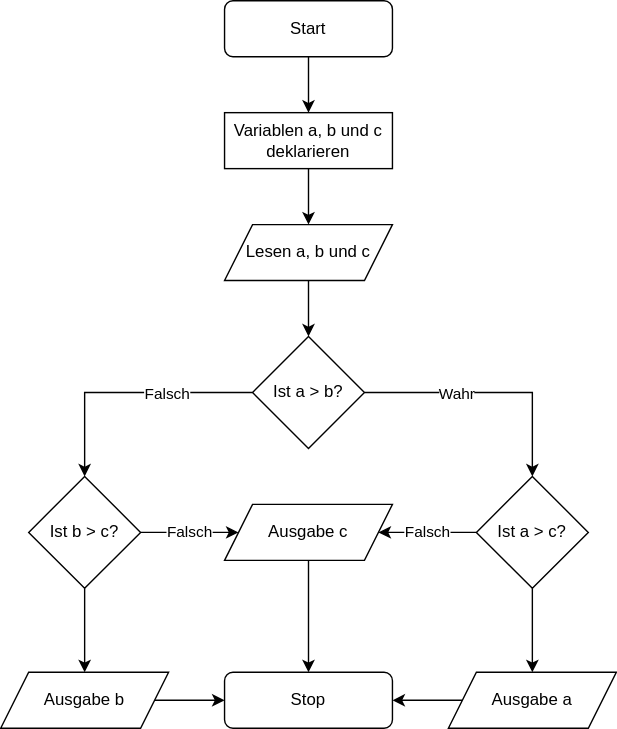
Before: topic-6/diagram.svg, a diagram exported from draw.io (janikvonrotz/python.casa). Source tidied: cells renumbered, new cells last; positions are measured from the earlier drawing's top-left corner, leaving out a move shared by most shapes.
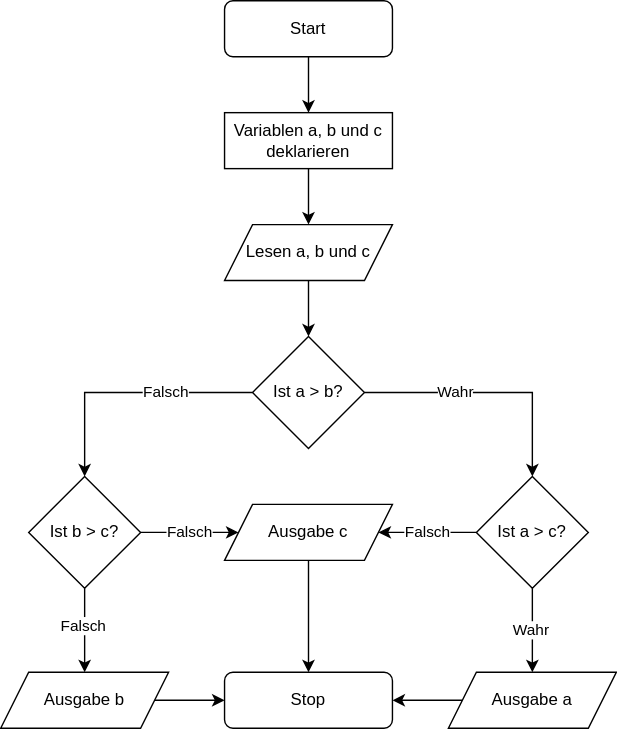
Above is the later version.

What changed in the source:
```diff
@@ -45,6 +45,9 @@
     <mxCell id="14" style="edgeStyle=orthogonalEdgeStyle;rounded=0;jettySize=auto;html=1;" parent="1" edge="1" source="15" target="22">
       <mxGeometry relative="1" as="geometry" />
     </mxCell>
+    <mxCell id="26" value="Falsch" style="edgeLabel;html=1;align=center;verticalAlign=middle;" parent="14" vertex="1">
+      <mxGeometry x="-0.12" y="-1" relative="1" as="geometry" />
+    </mxCell>
     <mxCell id="15" value="Ist b &amp;gt; c?" style="rhombus;whiteSpace=wrap;html=1;rounded=0;shadow=0;strokeWidth=1;glass=0;" parent="1" vertex="1">
       <mxGeometry x="20" y="340" width="80" height="80" as="geometry" />
     </mxCell>
@@ -60,6 +63,9 @@
     <mxCell id="19" style="edgeStyle=orthogonalEdgeStyle;rounded=0;jettySize=auto;html=1;" parent="1" edge="1" source="20" target="24">
       <mxGeometry relative="1" as="geometry" />
     </mxCell>
+    <mxCell id="27" value="Wahr" style="edgeLabel;html=1;align=center;verticalAlign=middle;" parent="19" vertex="1">
+      <mxGeometry x="-0.02" y="-1" relative="1" as="geometry" />
+    </mxCell>
     <mxCell id="20" value="Ist a &amp;gt; c?" style="rhombus;whiteSpace=wrap;html=1;rounded=0;shadow=0;strokeWidth=1;glass=0;" parent="1" vertex="1">
       <mxGeometry x="340" y="340" width="80" height="80" as="geometry" />
     </mxCell>
```
